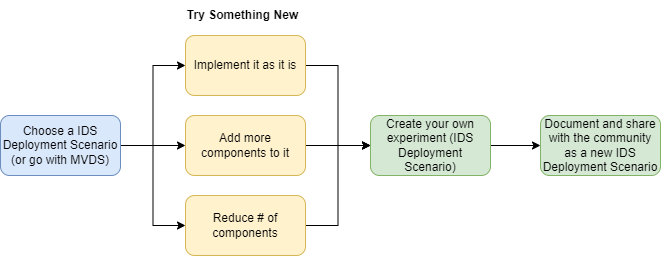
Before: images/ids-deployment-scenarios-process.png, a diagram exported from draw.io (International-Data-Spaces-Association/IDS-Deployment-Scenarios). Source tidied: cells renumbered, new cells last; positions are measured from the earlier drawing's top-left corner, leaving out a move shared by most shapes.
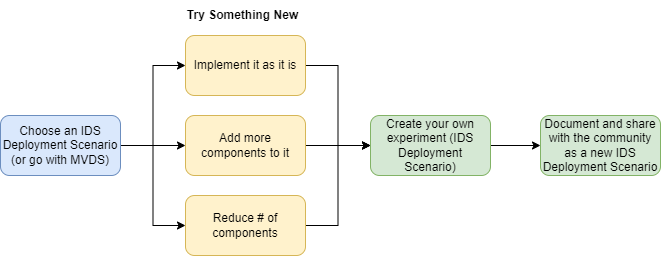
After the change.

What changed in the source:
```diff
@@ -17,7 +17,7 @@
     <mxCell id="6" style="edgeStyle=orthogonalEdgeStyle;rounded=0;jettySize=auto;html=1;exitX=1;exitY=0.5;exitDx=0;exitDy=0;entryX=0;entryY=0.5;entryDx=0;entryDy=0;" parent="1" edge="1" source="7" target="11">
       <mxGeometry relative="1" as="geometry" />
     </mxCell>
-    <mxCell id="7" value="Choose a IDS Deployment Scenario&lt;br&gt;(or go with MVDS)" style="rounded=1;whiteSpace=wrap;html=1;fillColor=#dae8fc;strokeColor=#6c8ebf;" parent="1" vertex="1">
+    <mxCell id="7" value="Choose an IDS Deployment Scenario&lt;br&gt;(or go with MVDS)" style="rounded=1;whiteSpace=wrap;html=1;fillColor=#dae8fc;strokeColor=#6c8ebf;" parent="1" vertex="1">
       <mxGeometry y="115" width="120" height="60" as="geometry" />
     </mxCell>
     <mxCell id="8" style="edgeStyle=orthogonalEdgeStyle;rounded=0;jettySize=auto;html=1;exitX=1;exitY=0.5;exitDx=0;exitDy=0;" parent="1" edge="1" source="9">
```
